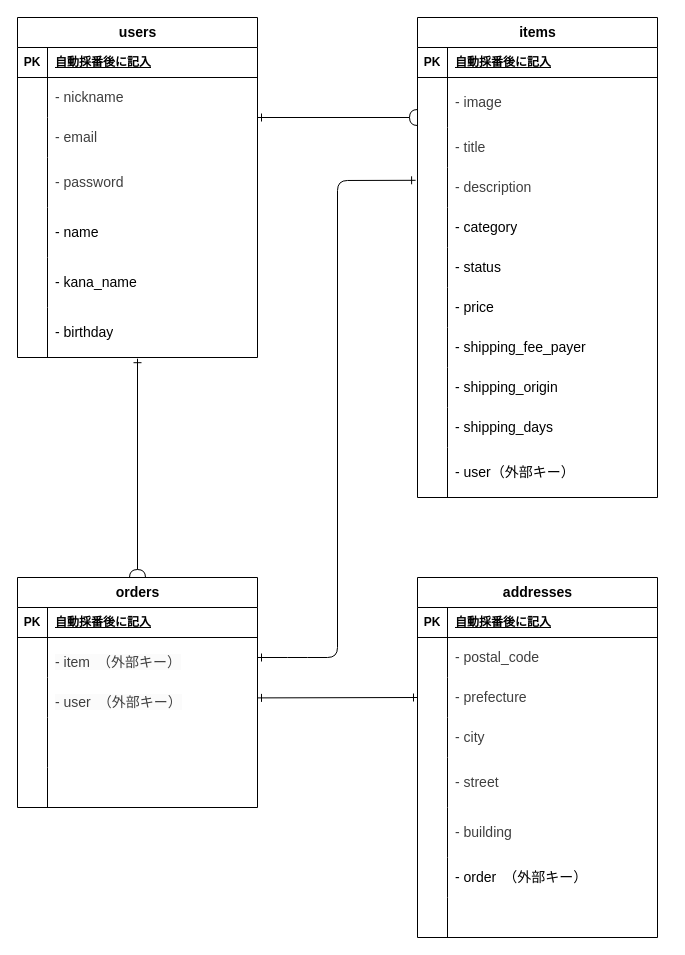
Before: furima.dio in wassyprince/furima-46256, a draw.io diagram. Source tidied: cells renumbered, new cells numbered last; positions are measured from the earlier drawing's top-left corner, leaving out a move shared by most shapes. Both pictures are drawn from the tidied source at 100%, with x=0, y=0 at pixel (17, 17).
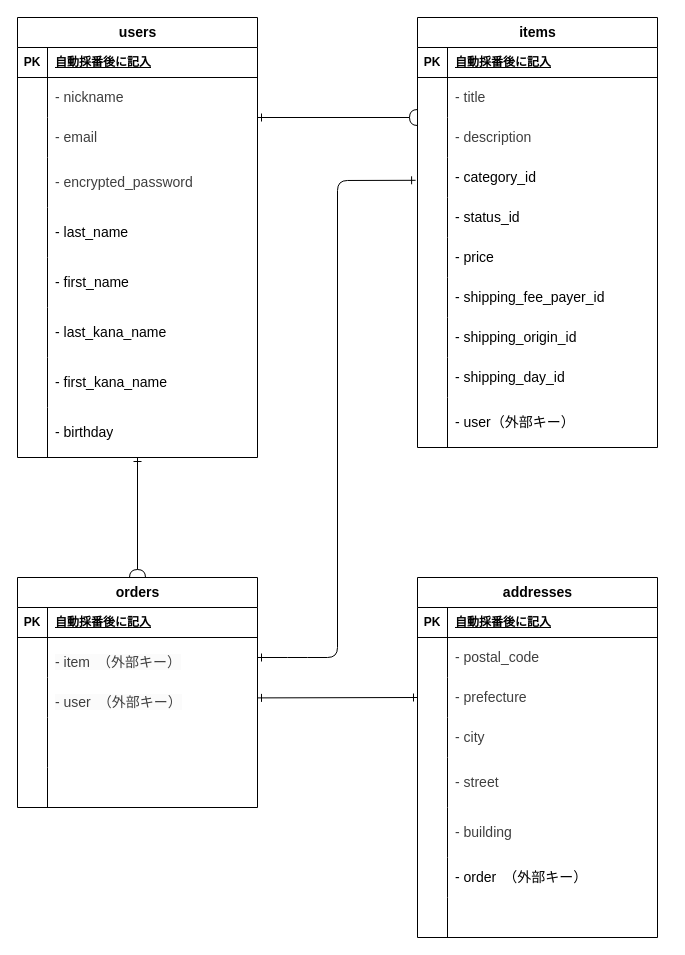
After the change.

Commit message (it also covers changes not shown here):
README記述（修正2回目）

The change refers to these unchanged cells:
```xml
<mxCell id="16" style="shape=tableRow;horizontal=0;startSize=0;swimlaneHead=0;swimlaneBody=0;fillColor=none;top=0;left=0;right=0;bottom=0;" parent="6" vertex="1">
  <mxGeometry y="140" width="240" height="50" as="geometry" />
</mxCell>
<mxCell id="19" style="shape=tableRow;horizontal=0;startSize=0;swimlaneHead=0;swimlaneBody=0;fillColor=none;top=0;left=0;right=0;bottom=0;" parent="6" vertex="1">
  <mxGeometry y="190" width="240" height="50" as="geometry" />
</mxCell>
<mxCell id="22" style="shape=tableRow;horizontal=0;startSize=0;swimlaneHead=0;swimlaneBody=0;fillColor=none;top=0;left=0;right=0;bottom=0;" parent="6" vertex="1">
  <mxGeometry y="240" width="240" height="50" as="geometry" />
</mxCell>
<mxCell id="25" style="shape=tableRow;horizontal=0;startSize=0;swimlaneHead=0;swimlaneBody=0;fillColor=none;points=[[0,0.5],[1,0.5]];portConstraint=eastwest;top=0;left=0;right=0;bottom=0;" parent="6" vertex="1">
  <mxGeometry y="290" width="240" height="50" as="geometry" />
</mxCell>
<mxCell id="67" value="&lt;font style=&quot;font-size: 14px;&quot;&gt;orders&lt;/font&gt;" style="shape=table;startSize=30;childLayout=tableLayout;rowLines=0;fontStyle=1;align=center;html=1;" parent="1" vertex="1">
  <mxGeometry y="560" width="240" height="230" as="geometry" />
</mxCell>
```

The edit, as a diff of the source:
```diff
@@
-    <mxCell id="3" style="edgeStyle=none;html=1;entryX=0.5;entryY=0;entryDx=0;entryDy=0;endArrow=halfCircle;endFill=0;startArrow=ERone;startFill=0;exitX=0.5;exitY=1.024;exitDx=0;exitDy=0;exitPerimeter=0;" parent="1" edge="1" source="25" target="67">
-      <mxGeometry relative="1" as="geometry" />
+    <mxCell id="3" style="edgeStyle=none;html=1;entryX=0.5;entryY=0;entryDx=0;entryDy=0;endArrow=halfCircle;endFill=0;startArrow=ERone;startFill=0;" parent="1" edge="1" target="67">
+      <mxGeometry relative="1" as="geometry">
+        <mxPoint x="120" y="440" as="sourcePoint" />
+      </mxGeometry>
     </mxCell>
@@
     <mxCell id="6" value="&lt;font style=&quot;font-size: 14px;&quot;&gt;users&lt;/font&gt;" style="shape=table;startSize=30;childLayout=tableLayout;rowLines=0;fontStyle=1;align=center;html=1;" parent="1" vertex="1">
-      <mxGeometry width="240" height="340" as="geometry" />
+      <mxGeometry width="240" height="440" as="geometry" />
     </mxCell>
@@
-    <mxCell id="18" value="&lt;span style=&quot;color: rgb(63, 63, 63); font-size: 14px;&quot;&gt;- password&lt;/span&gt;" style="shape=partialRectangle;fillColor=none;top=0;left=0;bottom=0;right=0;align=left;spacingLeft=6;overflow=hidden;whiteSpace=wrap;html=1;" parent="16" vertex="1">
+    <mxCell id="18" value="&lt;span style=&quot;color: rgb(63, 63, 63); font-size: 14px;&quot;&gt;- encrypted_password&lt;/span&gt;" style="shape=partialRectangle;fillColor=none;top=0;left=0;bottom=0;right=0;align=left;spacingLeft=6;overflow=hidden;whiteSpace=wrap;html=1;" parent="16" vertex="1">
       <mxGeometry x="30" width="210" height="50" as="geometry" />
     </mxCell>
@@
-    <mxCell id="21" value="&lt;font style=&quot;font-size: 14px;&quot;&gt;- name&lt;/font&gt;" style="shape=partialRectangle;fillColor=none;top=0;left=0;bottom=0;right=0;align=left;spacingLeft=6;overflow=hidden;whiteSpace=wrap;html=1;" parent="19" vertex="1">
+    <mxCell id="21" value="&lt;font style=&quot;font-size: 14px;&quot;&gt;- last_name&lt;/font&gt;" style="shape=partialRectangle;fillColor=none;top=0;left=0;bottom=0;right=0;align=left;spacingLeft=6;overflow=hidden;whiteSpace=wrap;html=1;" parent="19" vertex="1">
       <mxGeometry x="30" width="210" height="50" as="geometry" />
     </mxCell>
@@
-    <mxCell id="24" value="&lt;font style=&quot;font-size: 14px;&quot;&gt;- kana_name&lt;/font&gt;" style="shape=partialRectangle;fillColor=none;top=0;left=0;bottom=0;right=0;align=left;spacingLeft=6;overflow=hidden;whiteSpace=wrap;html=1;" parent="22" vertex="1">
+    <mxCell id="24" value="&lt;font style=&quot;font-size: 14px;&quot;&gt;- first_name&lt;/font&gt;" style="shape=partialRectangle;fillColor=none;top=0;left=0;bottom=0;right=0;align=left;spacingLeft=6;overflow=hidden;whiteSpace=wrap;html=1;" parent="22" vertex="1">
       <mxGeometry x="30" width="210" height="50" as="geometry" />
     </mxCell>
@@
-    <mxCell id="27" value="&lt;font style=&quot;font-size: 14px;&quot;&gt;- birthday&lt;/font&gt;" style="shape=partialRectangle;fillColor=none;top=0;left=0;bottom=0;right=0;align=left;spacingLeft=6;overflow=hidden;whiteSpace=wrap;html=1;" parent="25" vertex="1">
+    <mxCell id="27" value="&lt;font style=&quot;font-size: 14px;&quot;&gt;- last_kana_name&lt;/font&gt;" style="shape=partialRectangle;fillColor=none;top=0;left=0;bottom=0;right=0;align=left;spacingLeft=6;overflow=hidden;whiteSpace=wrap;html=1;" parent="25" vertex="1">
       <mxGeometry x="30" width="210" height="50" as="geometry" />
     </mxCell>
+    <mxCell id="108" style="shape=tableRow;horizontal=0;startSize=0;swimlaneHead=0;swimlaneBody=0;fillColor=none;top=0;left=0;right=0;bottom=0;" parent="6" vertex="1">
+      <mxGeometry y="340" width="240" height="50" as="geometry" />
+    </mxCell>
+    <mxCell id="109" style="shape=partialRectangle;fillColor=none;top=0;left=0;bottom=0;right=0;overflow=hidden;whiteSpace=wrap;html=1;" parent="108" vertex="1">
+      <mxGeometry width="30" height="50" as="geometry" />
+    </mxCell>
+    <mxCell id="110" value="&lt;font style=&quot;font-size: 14px;&quot;&gt;- first_kana_name&lt;/font&gt;" style="shape=partialRectangle;fillColor=none;top=0;left=0;bottom=0;right=0;align=left;spacingLeft=6;overflow=hidden;whiteSpace=wrap;html=1;" parent="108" vertex="1">
+      <mxGeometry x="30" width="210" height="50" as="geometry" />
+    </mxCell>
+    <mxCell id="111" style="shape=tableRow;horizontal=0;startSize=0;swimlaneHead=0;swimlaneBody=0;fillColor=none;top=0;left=0;right=0;bottom=0;" parent="6" vertex="1">
+      <mxGeometry y="390" width="240" height="50" as="geometry" />
+    </mxCell>
+    <mxCell id="112" style="shape=partialRectangle;fillColor=none;top=0;left=0;bottom=0;right=0;overflow=hidden;whiteSpace=wrap;html=1;" parent="111" vertex="1">
+      <mxGeometry width="30" height="50" as="geometry" />
+    </mxCell>
+    <mxCell id="113" value="&lt;font style=&quot;font-size: 14px;&quot;&gt;- birthday&lt;/font&gt;" style="shape=partialRectangle;fillColor=none;top=0;left=0;bottom=0;right=0;align=left;spacingLeft=6;overflow=hidden;whiteSpace=wrap;html=1;" parent="111" vertex="1">
+      <mxGeometry x="30" width="210" height="50" as="geometry" />
+    </mxCell>
     <mxCell id="28" value="&lt;font style=&quot;font-size: 14px;&quot;&gt;items&lt;/font&gt;" style="shape=table;startSize=30;childLayout=tableLayout;rowLines=0;fontStyle=1;align=center;html=1;" parent="1" vertex="1">
-      <mxGeometry x="400" width="240" height="480" as="geometry" />
+      <mxGeometry x="400" width="240" height="430" as="geometry" />
     </mxCell>
@@
-    <mxCell id="32" style="shape=tableRow;horizontal=0;startSize=0;swimlaneHead=0;swimlaneBody=0;fillColor=none;top=0;left=0;right=0;bottom=0;" parent="28" vertex="1">
-      <mxGeometry y="60" width="240" height="50" as="geometry" />
-    </mxCell>
-    <mxCell id="33" style="shape=partialRectangle;fillColor=none;top=0;left=0;bottom=0;right=0;overflow=hidden;whiteSpace=wrap;html=1;" parent="32" vertex="1">
-      <mxGeometry width="30" height="50" as="geometry" />
-    </mxCell>
-    <mxCell id="34" value="&lt;span style=&quot;color: rgb(63, 63, 63); font-size: 14px;&quot;&gt;- image&lt;/span&gt;" style="shape=partialRectangle;fillColor=none;top=0;left=0;bottom=0;right=0;align=left;spacingLeft=6;overflow=hidden;whiteSpace=wrap;html=1;" parent="32" vertex="1">
-      <mxGeometry x="30" width="210" height="50" as="geometry" />
-    </mxCell>
     <mxCell id="35" style="shape=tableRow;horizontal=0;startSize=0;swimlaneHead=0;swimlaneBody=0;fillColor=none;top=0;left=0;right=0;bottom=0;" parent="28" vertex="1">
-      <mxGeometry y="110" width="240" height="40" as="geometry" />
+      <mxGeometry y="60" width="240" height="40" as="geometry" />
     </mxCell>
@@
     <mxCell id="38" style="shape=tableRow;horizontal=0;startSize=0;swimlaneHead=0;swimlaneBody=0;fillColor=none;top=0;left=0;right=0;bottom=0;" parent="28" vertex="1">
-      <mxGeometry y="150" width="240" height="40" as="geometry" />
+      <mxGeometry y="100" width="240" height="40" as="geometry" />
     </mxCell>
@@
     <mxCell id="41" style="shape=tableRow;horizontal=0;startSize=0;swimlaneHead=0;swimlaneBody=0;fillColor=none;top=0;left=0;right=0;bottom=0;" parent="28" vertex="1">
-      <mxGeometry y="190" width="240" height="40" as="geometry" />
+      <mxGeometry y="140" width="240" height="40" as="geometry" />
     </mxCell>
@@
-    <mxCell id="43" value="&lt;span style=&quot;font-size: 14px;&quot;&gt;- category&lt;/span&gt;" style="shape=partialRectangle;fillColor=none;top=0;left=0;bottom=0;right=0;align=left;spacingLeft=6;overflow=hidden;whiteSpace=wrap;html=1;" parent="41" vertex="1">
+    <mxCell id="43" value="&lt;span style=&quot;font-size: 14px;&quot;&gt;- category_id&lt;/span&gt;" style="shape=partialRectangle;fillColor=none;top=0;left=0;bottom=0;right=0;align=left;spacingLeft=6;overflow=hidden;whiteSpace=wrap;html=1;" parent="41" vertex="1">
       <mxGeometry x="30" width="210" height="40" as="geometry" />
     </mxCell>
     <mxCell id="44" style="shape=tableRow;horizontal=0;startSize=0;swimlaneHead=0;swimlaneBody=0;fillColor=none;top=0;left=0;right=0;bottom=0;" parent="28" vertex="1">
-      <mxGeometry y="230" width="240" height="40" as="geometry" />
+      <mxGeometry y="180" width="240" height="40" as="geometry" />
     </mxCell>
@@
-    <mxCell id="46" value="&lt;span style=&quot;font-size: 14px;&quot;&gt;- status&lt;/span&gt;" style="shape=partialRectangle;fillColor=none;top=0;left=0;bottom=0;right=0;align=left;spacingLeft=6;overflow=hidden;whiteSpace=wrap;html=1;" parent="44" vertex="1">
+    <mxCell id="46" value="&lt;span style=&quot;font-size: 14px;&quot;&gt;- status_id&lt;/span&gt;" style="shape=partialRectangle;fillColor=none;top=0;left=0;bottom=0;right=0;align=left;spacingLeft=6;overflow=hidden;whiteSpace=wrap;html=1;" parent="44" vertex="1">
       <mxGeometry x="30" width="210" height="40" as="geometry" />
     </mxCell>
     <mxCell id="47" style="shape=tableRow;horizontal=0;startSize=0;swimlaneHead=0;swimlaneBody=0;fillColor=none;top=0;left=0;right=0;bottom=0;" parent="28" vertex="1">
-      <mxGeometry y="270" width="240" height="40" as="geometry" />
+      <mxGeometry y="220" width="240" height="40" as="geometry" />
     </mxCell>
@@
     <mxCell id="50" style="shape=tableRow;horizontal=0;startSize=0;swimlaneHead=0;swimlaneBody=0;fillColor=none;top=0;left=0;right=0;bottom=0;" parent="28" vertex="1">
-      <mxGeometry y="310" width="240" height="40" as="geometry" />
+      <mxGeometry y="260" width="240" height="40" as="geometry" />
     </mxCell>
@@
-    <mxCell id="52" value="&lt;span style=&quot;font-size: 14px;&quot;&gt;- shipping_fee_payer&lt;/span&gt;" style="shape=partialRectangle;fillColor=none;top=0;left=0;bottom=0;right=0;align=left;spacingLeft=6;overflow=hidden;whiteSpace=wrap;html=1;" parent="50" vertex="1">
+    <mxCell id="52" value="&lt;span style=&quot;font-size: 14px;&quot;&gt;- shipping_fee_payer_id&lt;/span&gt;" style="shape=partialRectangle;fillColor=none;top=0;left=0;bottom=0;right=0;align=left;spacingLeft=6;overflow=hidden;whiteSpace=wrap;html=1;" parent="50" vertex="1">
       <mxGeometry x="30" width="210" height="40" as="geometry" />
     </mxCell>
     <mxCell id="53" style="shape=tableRow;horizontal=0;startSize=0;swimlaneHead=0;swimlaneBody=0;fillColor=none;top=0;left=0;right=0;bottom=0;" parent="28" vertex="1">
-      <mxGeometry y="350" width="240" height="40" as="geometry" />
+      <mxGeometry y="300" width="240" height="40" as="geometry" />
     </mxCell>
@@
-    <mxCell id="55" value="&lt;span style=&quot;font-size: 14px;&quot;&gt;- shipping_origin&lt;/span&gt;" style="shape=partialRectangle;fillColor=none;top=0;left=0;bottom=0;right=0;align=left;spacingLeft=6;overflow=hidden;whiteSpace=wrap;html=1;" parent="53" vertex="1">
+    <mxCell id="55" value="&lt;span style=&quot;font-size: 14px;&quot;&gt;- shipping_origin_id&lt;/span&gt;" style="shape=partialRectangle;fillColor=none;top=0;left=0;bottom=0;right=0;align=left;spacingLeft=6;overflow=hidden;whiteSpace=wrap;html=1;" parent="53" vertex="1">
       <mxGeometry x="30" width="210" height="40" as="geometry" />
     </mxCell>
     <mxCell id="56" style="shape=tableRow;horizontal=0;startSize=0;swimlaneHead=0;swimlaneBody=0;fillColor=none;top=0;left=0;right=0;bottom=0;" parent="28" vertex="1">
-      <mxGeometry y="390" width="240" height="40" as="geometry" />
+      <mxGeometry y="340" width="240" height="40" as="geometry" />
     </mxCell>
@@
-    <mxCell id="58" value="&lt;span style=&quot;font-size: 14px;&quot;&gt;- shipping_days&lt;/span&gt;" style="shape=partialRectangle;fillColor=none;top=0;left=0;bottom=0;right=0;align=left;spacingLeft=6;overflow=hidden;whiteSpace=wrap;html=1;" parent="56" vertex="1">
+    <mxCell id="58" value="&lt;span style=&quot;font-size: 14px;&quot;&gt;- shipping_day_id&lt;/span&gt;" style="shape=partialRectangle;fillColor=none;top=0;left=0;bottom=0;right=0;align=left;spacingLeft=6;overflow=hidden;whiteSpace=wrap;html=1;" parent="56" vertex="1">
       <mxGeometry x="30" width="210" height="40" as="geometry" />
     </mxCell>
     <mxCell id="59" style="shape=tableRow;horizontal=0;startSize=0;swimlaneHead=0;swimlaneBody=0;fillColor=none;top=0;left=0;right=0;bottom=0;" parent="28" vertex="1">
-      <mxGeometry y="430" width="240" height="50" as="geometry" />
+      <mxGeometry y="380" width="240" height="50" as="geometry" />
     </mxCell>
```
